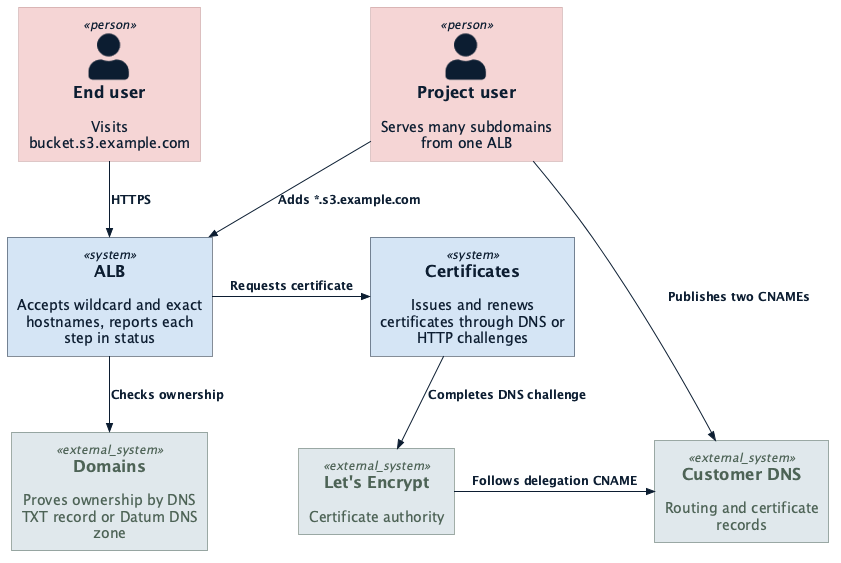
The PlantUML diagram enhancements/networking/network-services-operator/wildcard-hostnames/architecture-context.png in datum-cloud/enhancements, before a commit. Its diagram source:
```plantuml
@startuml architecture-context
!$NEW_C4_STYLE = 1
!include https://raw.githubusercontent.com/plantuml-stdlib/C4-PlantUML/master/C4_Context.puml
!include ../../../datum-theme.puml


Person(user, "Project user", "Serves many subdomains from one ALB")
Person(visitor, "End user", "Visits bucket.s3.example.com")

System(alb, "ALB", "Accepts wildcard and exact hostnames, reports each step in status")
System(certs, "Certificates", "Issues and renews certificates through DNS or HTTP challenges")

System_Ext(domains, "Domains", "Proves ownership by DNS TXT record or Datum DNS zone")
System_Ext(dns, "Customer DNS", "Routing and certificate records")
System_Ext(ca, "Let's Encrypt", "Certificate authority")

Rel_D(user, alb, "Adds *.s3.example.com")
Rel(user, dns, "Publishes two CNAMEs")
Rel_D(visitor, alb, "HTTPS")
Rel_D(alb, domains, "Checks ownership")
Rel_R(alb, certs, "Requests certificate")
Rel_D(certs, ca, "Completes DNS challenge")
Rel_R(ca, dns, "Follows delegation CNAME")
@enduml
```
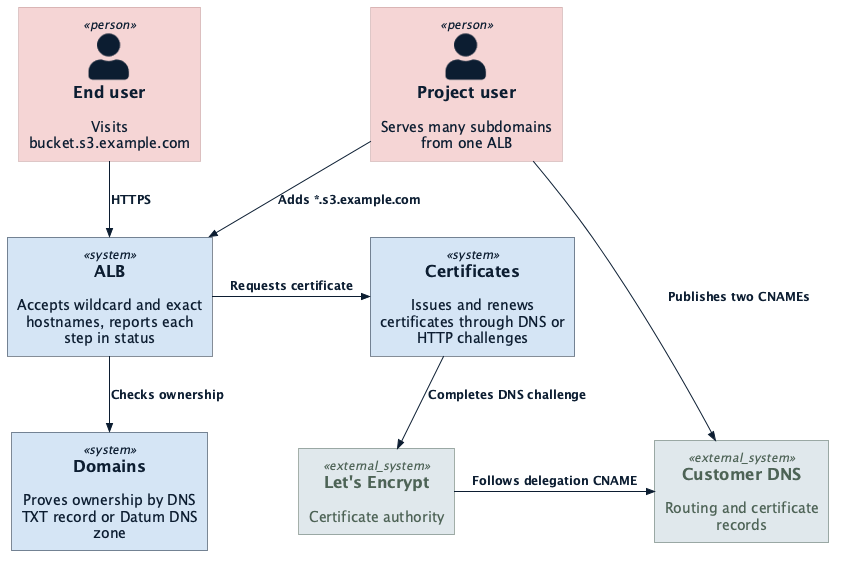
After the commit.

Commit message:
docs: draw Domains as a Datum system

Domains is a platform resource, not an external system, so the context
diagram should style it like the ALB and certificate service.

The edit, as a diff of the source:
```diff
@@ -10,7 +10,7 @@
 System(alb, "ALB", "Accepts wildcard and exact hostnames, reports each step in status")
 System(certs, "Certificates", "Issues and renews certificates through DNS or HTTP challenges")
 
-System_Ext(domains, "Domains", "Proves ownership by DNS TXT record or Datum DNS zone")
+System(domains, "Domains", "Proves ownership by DNS TXT record or Datum DNS zone")
 System_Ext(dns, "Customer DNS", "Routing and certificate records")
 System_Ext(ca, "Let's Encrypt", "Certificate authority")
 
```
